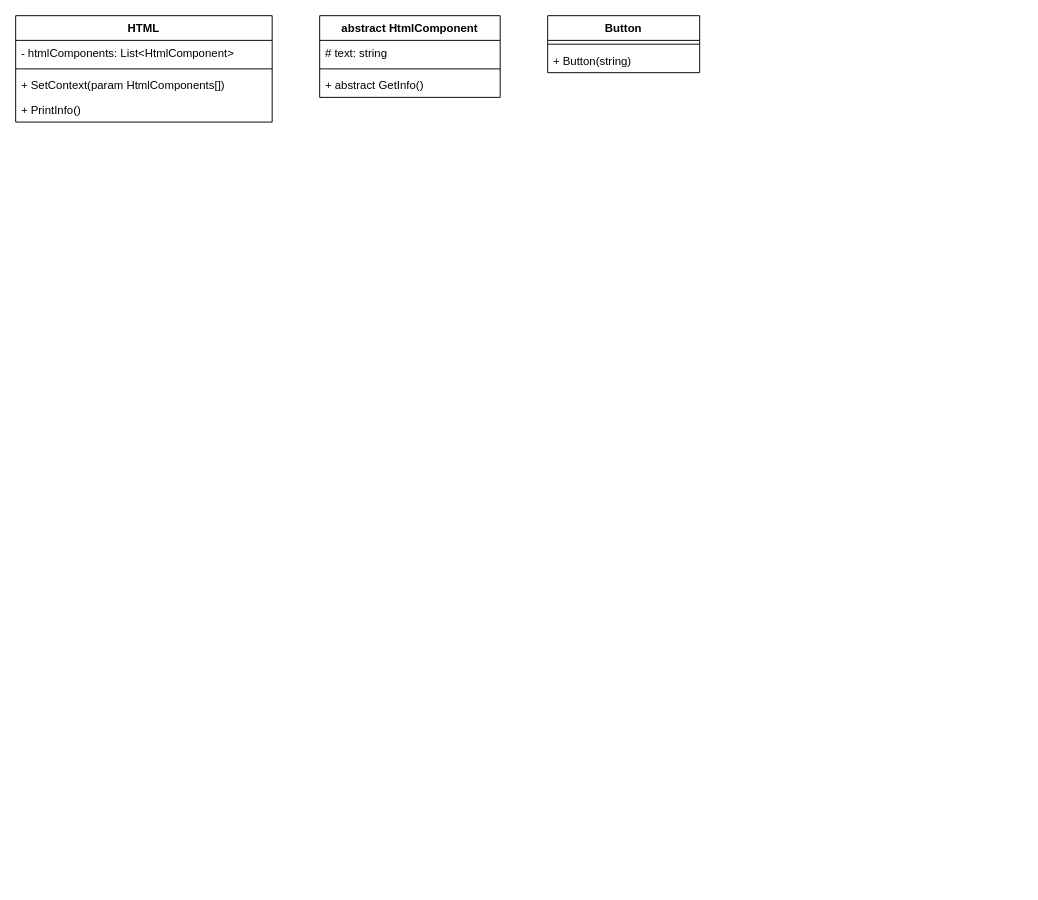
Earlier version of the draw.io diagram Class structure.drawio (Vitaly05/html-creator-library). Source tidied: cells renumbered, new cells numbered last; positions are measured from the earlier drawing's top-left corner, leaving out a move shared by most shapes. Both pictures are drawn from the tidied source at 95%, with x=0, y=0 at pixel (15, 15).
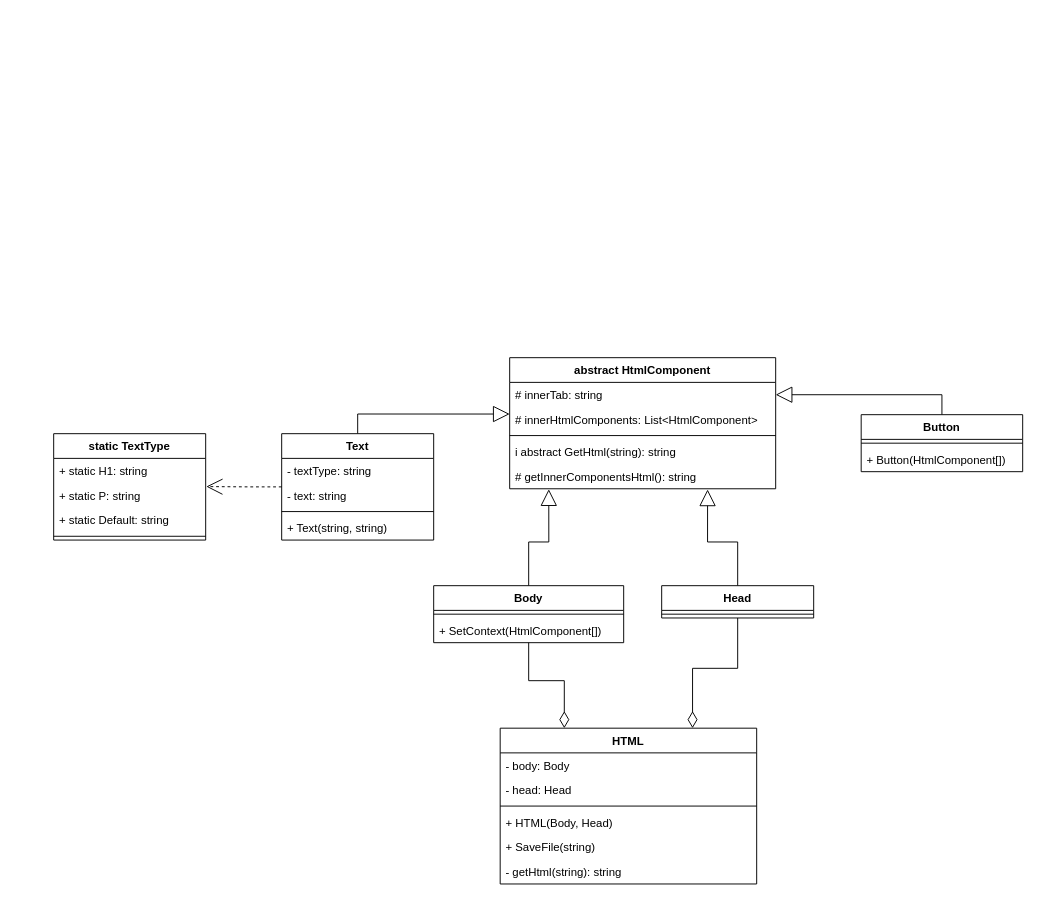
The same page after the edit.

Commit message (it also covers changes not shown here):
Edited Class structure diagram

What changed in the source:
```diff
@@
     <mxCell id="2" value="HTML" style="swimlane;fontStyle=1;align=center;verticalAlign=top;horizontal=1;startSize=26;" parent="1" vertex="1">
-      <mxGeometry width="270" height="112" as="geometry" />
+      <mxGeometry x="510" y="750" width="270" height="164" as="geometry" />
     </mxCell>
-    <mxCell id="3" value="- htmlComponents: List&lt;HtmlComponent&gt;" style="text;strokeColor=none;fillColor=none;align=left;verticalAlign=top;spacingLeft=4;spacingRight=4;overflow=hidden;" parent="2" vertex="1">
+    <mxCell id="3" value="- body: Body" style="text;strokeColor=none;fillColor=none;align=left;verticalAlign=top;spacingLeft=4;spacingRight=4;overflow=hidden;" parent="2" vertex="1">
       <mxGeometry y="26" width="270" height="26" as="geometry" />
     </mxCell>
+    <mxCell id="14" value="- head: Head" style="text;strokeColor=none;fillColor=none;align=left;verticalAlign=top;spacingLeft=4;spacingRight=4;overflow=hidden;" parent="2" vertex="1">
+      <mxGeometry y="52" width="270" height="26" as="geometry" />
+    </mxCell>
     <mxCell id="4" style="line;strokeWidth=1;fillColor=none;align=left;verticalAlign=middle;spacingTop=-1;spacingLeft=3;spacingRight=3;labelPosition=right;" parent="2" vertex="1">
-      <mxGeometry y="52" width="270" height="8" as="geometry" />
+      <mxGeometry y="78" width="270" height="8" as="geometry" />
     </mxCell>
-    <mxCell id="5" value="+ SetContext(param HtmlComponents[])" style="text;strokeColor=none;fillColor=none;align=left;verticalAlign=top;spacingLeft=4;spacingRight=4;overflow=hidden;" parent="2" vertex="1">
-      <mxGeometry y="60" width="270" height="26" as="geometry" />
+    <mxCell id="5" value="+ HTML(Body, Head)" style="text;strokeColor=none;fillColor=none;align=left;verticalAlign=top;spacingLeft=4;spacingRight=4;overflow=hidden;" parent="2" vertex="1">
+      <mxGeometry y="86" width="270" height="26" as="geometry" />
     </mxCell>
-    <mxCell id="6" value="+ PrintInfo()" style="text;strokeColor=none;fillColor=none;align=left;verticalAlign=top;spacingLeft=4;spacingRight=4;overflow=hidden;" parent="2" vertex="1">
-      <mxGeometry y="86" width="270" height="26" as="geometry" />
+    <mxCell id="6" value="+ SaveFile(string)" style="text;strokeColor=none;fillColor=none;align=left;verticalAlign=top;spacingLeft=4;spacingRight=4;overflow=hidden;" parent="2" vertex="1">
+      <mxGeometry y="112" width="270" height="26" as="geometry" />
     </mxCell>
+    <mxCell id="15" value="- getHtml(string): string" style="text;strokeColor=none;fillColor=none;align=left;verticalAlign=top;spacingLeft=4;spacingRight=4;overflow=hidden;" parent="2" vertex="1">
+      <mxGeometry y="138" width="270" height="26" as="geometry" />
+    </mxCell>
     <mxCell id="7" value="abstract HtmlComponent" style="swimlane;fontStyle=1;align=center;verticalAlign=top;horizontal=1;startSize=26;" parent="1" vertex="1">
-      <mxGeometry x="320" width="190" height="86" as="geometry" />
+      <mxGeometry x="520" y="360" width="280" height="138" as="geometry" />
     </mxCell>
-    <mxCell id="8" value="# text: string" style="text;strokeColor=none;fillColor=none;align=left;verticalAlign=top;spacingLeft=4;spacingRight=4;overflow=hidden;points=[[0,0.5],[1,0.5]];portConstraint=eastwest;" parent="7" vertex="1">
-      <mxGeometry y="26" width="190" height="26" as="geometry" />
+    <mxCell id="8" value="# innerTab: string" style="text;strokeColor=none;fillColor=none;align=left;verticalAlign=top;spacingLeft=4;spacingRight=4;overflow=hidden;points=[[0,0.5],[1,0.5]];portConstraint=eastwest;" parent="7" vertex="1">
+      <mxGeometry y="26" width="280" height="26" as="geometry" />
     </mxCell>
+    <mxCell id="16" value="# innerHtmlComponents: List&lt;HtmlComponent&gt;" style="text;strokeColor=none;fillColor=none;align=left;verticalAlign=top;spacingLeft=4;spacingRight=4;overflow=hidden;points=[[0,0.5],[1,0.5]];portConstraint=eastwest;" parent="7" vertex="1">
+      <mxGeometry y="52" width="280" height="26" as="geometry" />
+    </mxCell>
     <mxCell id="9" style="line;strokeWidth=1;fillColor=none;align=left;verticalAlign=middle;spacingTop=-1;spacingLeft=3;spacingRight=3;labelPosition=right;" parent="7" vertex="1">
-      <mxGeometry y="52" width="190" height="8" as="geometry" />
+      <mxGeometry y="78" width="280" height="8" as="geometry" />
     </mxCell>
-    <mxCell id="10" value="+ abstract GetInfo()" style="text;strokeColor=none;fillColor=none;align=left;verticalAlign=top;spacingLeft=4;spacingRight=4;overflow=hidden;" parent="7" vertex="1">
-      <mxGeometry y="60" width="190" height="26" as="geometry" />
+    <mxCell id="10" value="i abstract GetHtml(string): string" style="text;strokeColor=none;fillColor=none;align=left;verticalAlign=top;spacingLeft=4;spacingRight=4;overflow=hidden;" parent="7" vertex="1">
+      <mxGeometry y="86" width="280" height="26" as="geometry" />
     </mxCell>
+    <mxCell id="17" value="# getInnerComponentsHtml(): string" style="text;strokeColor=none;fillColor=none;align=left;verticalAlign=top;spacingLeft=4;spacingRight=4;overflow=hidden;points=[[0,0.5],[1,0.5]];portConstraint=eastwest;" parent="7" vertex="1">
+      <mxGeometry y="112" width="280" height="26" as="geometry" />
+    </mxCell>
+    <mxCell id="18" style="edgeStyle=orthogonalEdgeStyle;rounded=0;jettySize=auto;html=1;entryX=1;entryY=0.5;entryDx=0;entryDy=0;endArrow=block;endFill=0;startSize=15;endSize=15;" parent="1" edge="1" source="11" target="8">
+      <mxGeometry relative="1" as="geometry" />
+    </mxCell>
     <mxCell id="11" value="Button" style="swimlane;fontStyle=1;align=center;verticalAlign=top;horizontal=1;startSize=26;" parent="1" vertex="1">
-      <mxGeometry x="560" width="160" height="60" as="geometry" />
+      <mxGeometry x="890" y="420" width="170" height="60" as="geometry" />
     </mxCell>
     <mxCell id="12" style="line;strokeWidth=1;fillColor=none;align=left;verticalAlign=middle;spacingTop=-1;spacingLeft=3;spacingRight=3;labelPosition=right;" parent="11" vertex="1">
-      <mxGeometry y="26" width="160" height="8" as="geometry" />
+      <mxGeometry y="26" width="170" height="8" as="geometry" />
     </mxCell>
-    <mxCell id="13" value="+ Button(string)" style="text;strokeColor=none;fillColor=none;align=left;verticalAlign=top;spacingLeft=4;spacingRight=4;overflow=hidden;" parent="11" vertex="1">
-      <mxGeometry y="34" width="160" height="26" as="geometry" />
+    <mxCell id="13" value="+ Button(HtmlComponent[])" style="text;strokeColor=none;fillColor=none;align=left;verticalAlign=top;spacingLeft=4;spacingRight=4;overflow=hidden;" parent="11" vertex="1">
+      <mxGeometry y="34" width="170" height="26" as="geometry" />
     </mxCell>
+    <mxCell id="19" style="edgeStyle=orthogonalEdgeStyle;rounded=0;jettySize=auto;html=1;entryX=0.147;entryY=1.019;entryDx=0;entryDy=0;entryPerimeter=0;endArrow=block;endFill=0;startSize=15;endSize=15;" parent="1" edge="1" source="21" target="17">
+      <mxGeometry relative="1" as="geometry" />
+    </mxCell>
+    <mxCell id="20" style="edgeStyle=orthogonalEdgeStyle;rounded=0;jettySize=auto;html=1;entryX=0.25;entryY=0;entryDx=0;entryDy=0;endArrow=diamondThin;endFill=0;startSize=15;endSize=15;" parent="1" edge="1" source="21" target="2">
+      <mxGeometry relative="1" as="geometry" />
+    </mxCell>
+    <mxCell id="21" value="Body" style="swimlane;fontStyle=1;align=center;verticalAlign=top;horizontal=1;startSize=26;" parent="1" vertex="1">
+      <mxGeometry x="440" y="600" width="200" height="60" as="geometry" />
+    </mxCell>
+    <mxCell id="22" style="line;strokeWidth=1;fillColor=none;align=left;verticalAlign=middle;spacingTop=-1;spacingLeft=3;spacingRight=3;labelPosition=right;" parent="21" vertex="1">
+      <mxGeometry y="26" width="200" height="8" as="geometry" />
+    </mxCell>
+    <mxCell id="23" value="+ SetContext(HtmlComponent[])" style="text;strokeColor=none;fillColor=none;align=left;verticalAlign=top;spacingLeft=4;spacingRight=4;overflow=hidden;" parent="21" vertex="1">
+      <mxGeometry y="34" width="200" height="26" as="geometry" />
+    </mxCell>
+    <mxCell id="24" style="edgeStyle=orthogonalEdgeStyle;rounded=0;jettySize=auto;html=1;entryX=0.744;entryY=1.028;entryDx=0;entryDy=0;entryPerimeter=0;endArrow=block;endFill=0;startSize=15;endSize=15;" parent="1" edge="1" source="26" target="17">
+      <mxGeometry relative="1" as="geometry" />
+    </mxCell>
+    <mxCell id="25" style="edgeStyle=orthogonalEdgeStyle;rounded=0;jettySize=auto;html=1;entryX=0.75;entryY=0;entryDx=0;entryDy=0;endArrow=diamondThin;endFill=0;startSize=15;endSize=15;" parent="1" edge="1" source="26" target="2">
+      <mxGeometry relative="1" as="geometry" />
+    </mxCell>
+    <mxCell id="26" value="Head" style="swimlane;fontStyle=1;align=center;verticalAlign=top;horizontal=1;startSize=26;" parent="1" vertex="1">
+      <mxGeometry x="680" y="600" width="160" height="34" as="geometry" />
+    </mxCell>
+    <mxCell id="27" style="line;strokeWidth=1;fillColor=none;align=left;verticalAlign=middle;spacingTop=-1;spacingLeft=3;spacingRight=3;labelPosition=right;" parent="26" vertex="1">
+      <mxGeometry y="26" width="160" height="8" as="geometry" />
+    </mxCell>
+    <mxCell id="28" style="edgeStyle=orthogonalEdgeStyle;rounded=0;jettySize=auto;html=1;entryX=0;entryY=0.282;entryDx=0;entryDy=0;entryPerimeter=0;endArrow=block;endFill=0;startSize=15;endSize=15;" parent="1" edge="1" source="30" target="16">
+      <mxGeometry relative="1" as="geometry" />
+    </mxCell>
+    <mxCell id="29" style="edgeStyle=orthogonalEdgeStyle;rounded=0;jettySize=auto;html=1;entryX=1.004;entryY=0.142;entryDx=0;entryDy=0;entryPerimeter=0;endArrow=open;endFill=0;startSize=15;endSize=15;dashed=1;" parent="1" edge="1" source="30" target="37">
+      <mxGeometry relative="1" as="geometry" />
+    </mxCell>
+    <mxCell id="30" value="Text" style="swimlane;fontStyle=1;align=center;verticalAlign=top;horizontal=1;startSize=26;" parent="1" vertex="1">
+      <mxGeometry x="280" y="440" width="160" height="112" as="geometry" />
+    </mxCell>
+    <mxCell id="31" value="- textType: string" style="text;strokeColor=none;fillColor=none;align=left;verticalAlign=top;spacingLeft=4;spacingRight=4;overflow=hidden;" parent="30" vertex="1">
+      <mxGeometry y="26" width="160" height="26" as="geometry" />
+    </mxCell>
+    <mxCell id="32" value="- text: string" style="text;strokeColor=none;fillColor=none;align=left;verticalAlign=top;spacingLeft=4;spacingRight=4;overflow=hidden;" parent="30" vertex="1">
+      <mxGeometry y="52" width="160" height="26" as="geometry" />
+    </mxCell>
+    <mxCell id="33" style="line;strokeWidth=1;fillColor=none;align=left;verticalAlign=middle;spacingTop=-1;spacingLeft=3;spacingRight=3;labelPosition=right;" parent="30" vertex="1">
+      <mxGeometry y="78" width="160" height="8" as="geometry" />
+    </mxCell>
+    <mxCell id="34" value="+ Text(string, string)" style="text;strokeColor=none;fillColor=none;align=left;verticalAlign=top;spacingLeft=4;spacingRight=4;overflow=hidden;" parent="30" vertex="1">
+      <mxGeometry y="86" width="160" height="26" as="geometry" />
+    </mxCell>
+    <mxCell id="35" value="static TextType" style="swimlane;fontStyle=1;align=center;verticalAlign=top;horizontal=1;startSize=26;" parent="1" vertex="1">
+      <mxGeometry x="40" y="440" width="160" height="112" as="geometry" />
+    </mxCell>
+    <mxCell id="36" value="+ static H1: string" style="text;strokeColor=none;fillColor=none;align=left;verticalAlign=top;spacingLeft=4;spacingRight=4;overflow=hidden;" parent="35" vertex="1">
+      <mxGeometry y="26" width="160" height="26" as="geometry" />
+    </mxCell>
+    <mxCell id="37" value="+ static P: string" style="text;strokeColor=none;fillColor=none;align=left;verticalAlign=top;spacingLeft=4;spacingRight=4;overflow=hidden;points=[[0,0.5],[1,0.5]];portConstraint=eastwest;" parent="35" vertex="1">
+      <mxGeometry y="52" width="160" height="26" as="geometry" />
+    </mxCell>
+    <mxCell id="38" value="+ static Default: string" style="text;strokeColor=none;fillColor=none;align=left;verticalAlign=top;spacingLeft=4;spacingRight=4;overflow=hidden;" parent="35" vertex="1">
+      <mxGeometry y="78" width="160" height="26" as="geometry" />
+    </mxCell>
+    <mxCell id="39" style="line;strokeWidth=1;fillColor=none;align=left;verticalAlign=middle;spacingTop=-1;spacingLeft=3;spacingRight=3;labelPosition=right;" parent="35" vertex="1">
+      <mxGeometry y="104" width="160" height="8" as="geometry" />
+    </mxCell>
```
